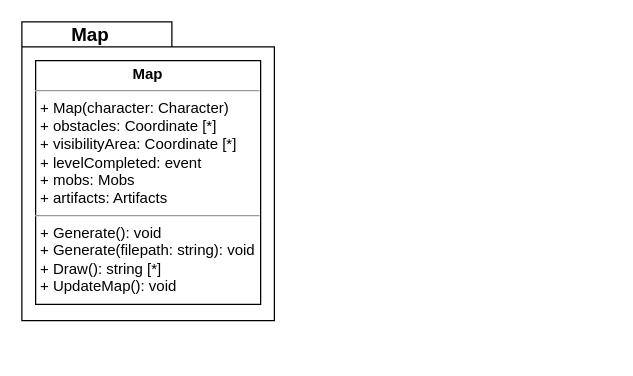
This is page "Map" (5 of 8) of Roguelike/roguelike.drawio from victoriafomina/Software-Design, a draw.io file, before an edit. Source tidied: cells renumbered, new cells numbered last; positions are measured from the earlier drawing's top-left corner, leaving out a move shared by most shapes. Both pictures are drawn from the tidied source at 125%, with x=0, y=0 at pixel (21, 21).
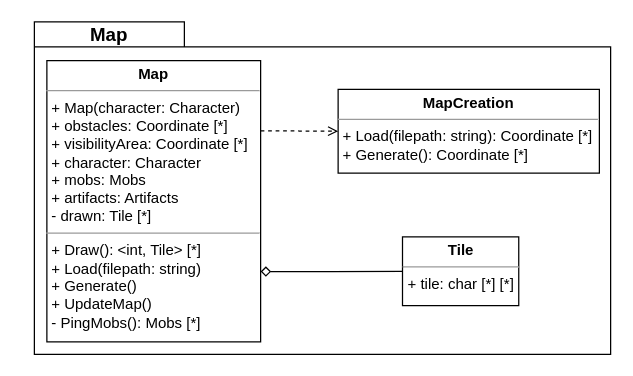
Above is the later version.

What changed in the source:
```diff
@@
 <mxGraphModel>
   <root>
     <mxCell id="0" />
     <mxCell id="1" parent="0" />
     <mxCell id="2" style="shape=folder;fontStyle=1;spacingTop=10;tabWidth=120;tabHeight=20;tabPosition=left;html=1;fontSize=15;" parent="1" vertex="1">
-      <mxGeometry width="202" height="239" as="geometry" />
+      <mxGeometry x="10" width="461" height="266" as="geometry" />
     </mxCell>
     <mxCell id="3" value="&lt;b&gt;&lt;font style=&quot;font-size: 15px&quot;&gt;Map&lt;/font&gt;&lt;/b&gt;" style="text;html=1;strokeColor=none;fillColor=none;align=center;verticalAlign=middle;whiteSpace=wrap;rounded=0;" parent="1" vertex="1">
-      <mxGeometry x="25" width="60" height="20" as="geometry" />
+      <mxGeometry x="40" width="60" height="20" as="geometry" />
     </mxCell>
+    <mxCell id="5" style="edgeStyle=orthogonalEdgeStyle;rounded=0;jettySize=auto;html=1;exitX=1;exitY=0.75;exitDx=0;exitDy=0;entryX=0;entryY=0.5;entryDx=0;entryDy=0;startArrow=diamond;startFill=0;endArrow=none;endFill=0;" parent="1" edge="1" source="4" target="8">
+      <mxGeometry relative="1" as="geometry" />
+    </mxCell>
+    <mxCell id="6" style="edgeStyle=orthogonalEdgeStyle;rounded=0;jettySize=auto;html=1;exitX=1;exitY=0.25;exitDx=0;exitDy=0;entryX=0;entryY=0.5;entryDx=0;entryDy=0;dashed=1;endArrow=open;endFill=0;" parent="1" edge="1" source="4" target="7">
+      <mxGeometry relative="1" as="geometry" />
+    </mxCell>
-    <mxCell id="4" value="&lt;p style=&quot;margin: 0px ; margin-top: 4px ; text-align: center&quot;&gt;&lt;b&gt;Map&lt;/b&gt;&lt;/p&gt;&lt;hr size=&quot;1&quot;&gt;&lt;p style=&quot;margin: 0px ; margin-left: 4px&quot;&gt;+ Map(character: Character)&lt;br&gt;+ obstacles: Coordinate [*]&amp;nbsp;&lt;br&gt;+ visibilityArea: Coordinate [*]&lt;br&gt;+ levelCompleted: event&lt;/p&gt;&lt;p style=&quot;margin: 0px ; margin-left: 4px&quot;&gt;+ mobs: Mobs&lt;br&gt;+ artifacts: Artifacts&lt;/p&gt;&lt;hr size=&quot;1&quot;&gt;&lt;p style=&quot;margin: 0px ; margin-left: 4px&quot;&gt;+ Generate(): void&lt;br&gt;+ Generate(filepath: string): void&lt;br&gt;+ Draw(): string [*]&lt;br&gt;+ UpdateMap(): void&lt;/p&gt;" style="verticalAlign=top;align=left;overflow=fill;fontSize=12;fontFamily=Helvetica;html=1;" parent="1" vertex="1">
-      <mxGeometry x="11" y="31" width="180" height="195" as="geometry" />
+    <mxCell id="4" value="&lt;p style=&quot;margin: 0px ; margin-top: 4px ; text-align: center&quot;&gt;&lt;b&gt;Map&lt;/b&gt;&lt;/p&gt;&lt;hr size=&quot;1&quot;&gt;&lt;p style=&quot;margin: 0px ; margin-left: 4px&quot;&gt;+ Map(character: Character)&lt;br&gt;+ obstacles: Coordinate [*]&amp;nbsp;&lt;br&gt;+ visibilityArea: Coordinate [*]&lt;br&gt;+ character: Character&lt;/p&gt;&lt;p style=&quot;margin: 0px ; margin-left: 4px&quot;&gt;+ mobs: Mobs&lt;br&gt;+ artifacts: Artifacts&lt;br&gt;- drawn: Tile [*]&lt;/p&gt;&lt;hr size=&quot;1&quot;&gt;&lt;p style=&quot;margin: 0px ; margin-left: 4px&quot;&gt;+ Draw(): &amp;lt;int, Tile&amp;gt; [*]&lt;/p&gt;&lt;p style=&quot;margin: 0px ; margin-left: 4px&quot;&gt;+ Load(filepath: string)&lt;br&gt;+ Generate()&lt;br&gt;+ UpdateMap()&lt;br&gt;- PingMobs(): Mobs [*]&lt;/p&gt;" style="verticalAlign=top;align=left;overflow=fill;fontSize=12;fontFamily=Helvetica;html=1;" parent="1" vertex="1">
+      <mxGeometry x="20" y="31" width="171" height="225" as="geometry" />
     </mxCell>
+    <mxCell id="7" value="&lt;p style=&quot;margin: 0px ; margin-top: 4px ; text-align: center&quot;&gt;&lt;b&gt;MapCreation&lt;/b&gt;&lt;/p&gt;&lt;hr size=&quot;1&quot;&gt;&lt;p style=&quot;margin: 0px ; margin-left: 4px&quot;&gt;+ Load(filepath: string): Coordinate [*]&lt;br&gt;+ Generate(): Coordinate [*]&lt;/p&gt;" style="verticalAlign=top;align=left;overflow=fill;fontSize=12;fontFamily=Helvetica;html=1;" parent="1" vertex="1">
+      <mxGeometry x="253" y="54" width="209" height="67" as="geometry" />
+    </mxCell>
+    <mxCell id="8" value="&lt;p style=&quot;margin: 0px ; margin-top: 4px ; text-align: center&quot;&gt;&lt;b&gt;Tile&lt;/b&gt;&lt;/p&gt;&lt;hr size=&quot;1&quot;&gt;&lt;p style=&quot;margin: 0px ; margin-left: 4px&quot;&gt;+ tile: char [*] [*]&lt;br&gt;&lt;/p&gt;" style="verticalAlign=top;align=left;overflow=fill;fontSize=12;fontFamily=Helvetica;html=1;" parent="1" vertex="1">
+      <mxGeometry x="304.5" y="172" width="93" height="55" as="geometry" />
+    </mxCell>
   </root>
 </mxGraphModel>
```
